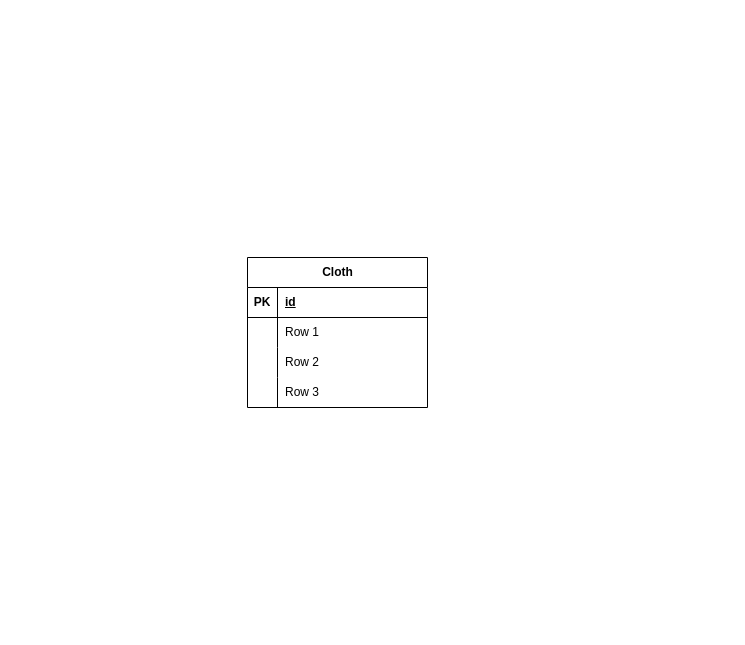
Before: sort.drawio in huangshijie/Drawio, a draw.io diagram. Source tidied: cells renumbered, new cells numbered last; positions are measured from the earlier drawing's top-left corner, leaving out a move shared by most shapes. Both pictures are drawn from the tidied source at 100%, with x=0, y=0 at pixel (247, 257).
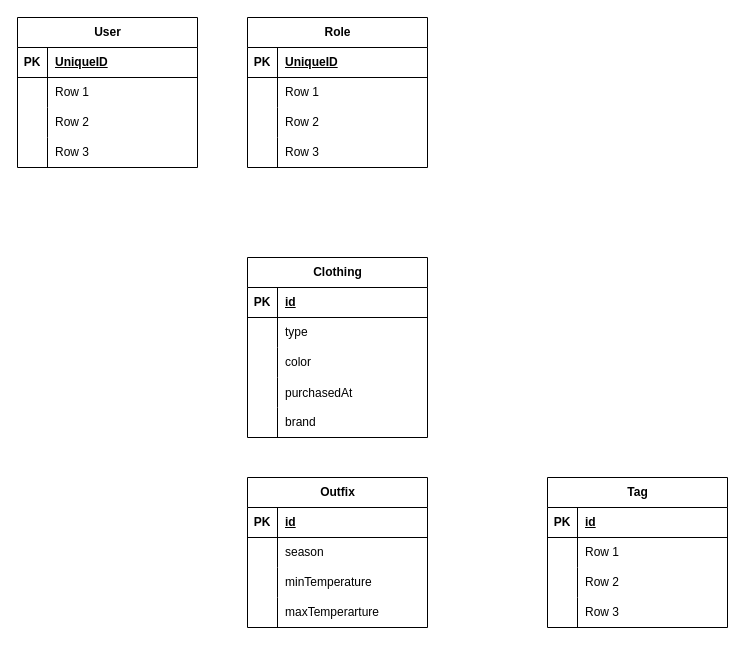
The same diagram, later.

The change refers to these unchanged cells:
```xml
<mxCell id="6" style="shape=tableRow;horizontal=0;startSize=0;swimlaneHead=0;swimlaneBody=0;fillColor=none;top=0;left=0;right=0;bottom=0;" parent="2" vertex="1">
  <mxGeometry y="60" width="180" height="30" as="geometry" />
</mxCell>
<mxCell id="9" style="shape=tableRow;horizontal=0;startSize=0;swimlaneHead=0;swimlaneBody=0;fillColor=none;top=0;left=0;right=0;bottom=0;" parent="2" vertex="1">
  <mxGeometry y="90" width="180" height="30" as="geometry" />
</mxCell>
```

Diff of the diagram source:
```diff
@@
-    <mxCell id="2" value="Cloth" style="shape=table;startSize=30;childLayout=tableLayout;rowLines=0;fontStyle=1;align=center;html=1;" parent="1" vertex="1">
-      <mxGeometry width="180" height="150" as="geometry" />
+    <mxCell id="2" value="Clothing" style="shape=table;startSize=30;childLayout=tableLayout;rowLines=0;fontStyle=1;align=center;html=1;" parent="1" vertex="1">
+      <mxGeometry width="180" height="180" as="geometry" />
     </mxCell>
@@
-    <mxCell id="8" value="Row 1" style="shape=partialRectangle;fillColor=none;top=0;left=0;bottom=0;right=0;align=left;spacingLeft=6;overflow=hidden;whiteSpace=wrap;html=1;" parent="6" vertex="1">
+    <mxCell id="8" value="type" style="shape=partialRectangle;fillColor=none;top=0;left=0;bottom=0;right=0;align=left;spacingLeft=6;overflow=hidden;whiteSpace=wrap;html=1;" parent="6" vertex="1">
       <mxGeometry x="30" width="150" height="30" as="geometry" />
     </mxCell>
@@
-    <mxCell id="11" value="Row 2" style="shape=partialRectangle;fillColor=none;top=0;left=0;bottom=0;right=0;align=left;spacingLeft=6;overflow=hidden;whiteSpace=wrap;html=1;" parent="9" vertex="1">
+    <mxCell id="11" value="color" style="shape=partialRectangle;fillColor=none;top=0;left=0;bottom=0;right=0;align=left;spacingLeft=6;overflow=hidden;whiteSpace=wrap;html=1;" parent="9" vertex="1">
       <mxGeometry x="30" width="150" height="30" as="geometry" />
     </mxCell>
+    <mxCell id="15" style="shape=tableRow;horizontal=0;startSize=0;swimlaneHead=0;swimlaneBody=0;fillColor=none;top=0;left=0;right=0;bottom=0;" parent="2" vertex="1">
+      <mxGeometry y="120" width="180" height="30" as="geometry" />
+    </mxCell>
+    <mxCell id="16" style="shape=partialRectangle;fillColor=none;top=0;left=0;bottom=0;right=0;overflow=hidden;" parent="15" vertex="1">
+      <mxGeometry width="30" height="30" as="geometry" />
+    </mxCell>
+    <mxCell id="17" value="purchasedAt" style="shape=partialRectangle;fillColor=none;top=0;left=0;bottom=0;right=0;align=left;spacingLeft=6;overflow=hidden;" parent="15" vertex="1">
+      <mxGeometry x="30" width="150" height="30" as="geometry" />
+    </mxCell>
     <mxCell id="12" style="shape=tableRow;horizontal=0;startSize=0;swimlaneHead=0;swimlaneBody=0;fillColor=none;top=0;left=0;right=0;bottom=0;" parent="2" vertex="1">
-      <mxGeometry y="120" width="180" height="30" as="geometry" />
+      <mxGeometry y="150" width="180" height="30" as="geometry" />
     </mxCell>
@@
-    <mxCell id="14" value="Row 3" style="shape=partialRectangle;fillColor=none;top=0;left=0;bottom=0;right=0;align=left;spacingLeft=6;overflow=hidden;whiteSpace=wrap;html=1;" parent="12" vertex="1">
+    <mxCell id="14" value="brand" style="shape=partialRectangle;fillColor=none;top=0;left=0;bottom=0;right=0;align=left;spacingLeft=6;overflow=hidden;whiteSpace=wrap;html=1;" parent="12" vertex="1">
       <mxGeometry x="30" width="150" height="30" as="geometry" />
     </mxCell>
+    <mxCell id="18" value="User" style="shape=table;startSize=30;childLayout=tableLayout;rowLines=0;fontStyle=1;align=center;html=1;" parent="1" vertex="1">
+      <mxGeometry x="-230" y="-240" width="180" height="150" as="geometry" />
+    </mxCell>
+    <mxCell id="19" style="shape=tableRow;horizontal=0;startSize=0;swimlaneHead=0;swimlaneBody=0;fillColor=none;top=0;left=0;right=0;bottom=1;" parent="18" vertex="1">
+      <mxGeometry y="30" width="180" height="30" as="geometry" />
+    </mxCell>
+    <mxCell id="20" value="PK" style="shape=partialRectangle;fillColor=none;top=0;left=0;bottom=0;right=0;fontStyle=1;overflow=hidden;whiteSpace=wrap;html=1;" parent="19" vertex="1">
+      <mxGeometry width="30" height="30" as="geometry" />
+    </mxCell>
+    <mxCell id="21" value="UniqueID" style="shape=partialRectangle;fillColor=none;top=0;left=0;bottom=0;right=0;align=left;spacingLeft=6;fontStyle=5;overflow=hidden;whiteSpace=wrap;html=1;" parent="19" vertex="1">
+      <mxGeometry x="30" width="150" height="30" as="geometry" />
+    </mxCell>
+    <mxCell id="22" style="shape=tableRow;horizontal=0;startSize=0;swimlaneHead=0;swimlaneBody=0;fillColor=none;top=0;left=0;right=0;bottom=0;" parent="18" vertex="1">
+      <mxGeometry y="60" width="180" height="30" as="geometry" />
+    </mxCell>
+    <mxCell id="23" style="shape=partialRectangle;fillColor=none;top=0;left=0;bottom=0;right=0;overflow=hidden;whiteSpace=wrap;html=1;" parent="22" vertex="1">
+      <mxGeometry width="30" height="30" as="geometry" />
+    </mxCell>
+    <mxCell id="24" value="Row 1" style="shape=partialRectangle;fillColor=none;top=0;left=0;bottom=0;right=0;align=left;spacingLeft=6;overflow=hidden;whiteSpace=wrap;html=1;" parent="22" vertex="1">
+      <mxGeometry x="30" width="150" height="30" as="geometry" />
+    </mxCell>
+    <mxCell id="25" style="shape=tableRow;horizontal=0;startSize=0;swimlaneHead=0;swimlaneBody=0;fillColor=none;top=0;left=0;right=0;bottom=0;" parent="18" vertex="1">
+      <mxGeometry y="90" width="180" height="30" as="geometry" />
+    </mxCell>
+    <mxCell id="26" style="shape=partialRectangle;fillColor=none;top=0;left=0;bottom=0;right=0;overflow=hidden;whiteSpace=wrap;html=1;" parent="25" vertex="1">
+      <mxGeometry width="30" height="30" as="geometry" />
+    </mxCell>
+    <mxCell id="27" value="Row 2" style="shape=partialRectangle;fillColor=none;top=0;left=0;bottom=0;right=0;align=left;spacingLeft=6;overflow=hidden;whiteSpace=wrap;html=1;" parent="25" vertex="1">
+      <mxGeometry x="30" width="150" height="30" as="geometry" />
+    </mxCell>
+    <mxCell id="28" style="shape=tableRow;horizontal=0;startSize=0;swimlaneHead=0;swimlaneBody=0;fillColor=none;top=0;left=0;right=0;bottom=0;" parent="18" vertex="1">
+      <mxGeometry y="120" width="180" height="30" as="geometry" />
+    </mxCell>
+    <mxCell id="29" style="shape=partialRectangle;fillColor=none;top=0;left=0;bottom=0;right=0;overflow=hidden;whiteSpace=wrap;html=1;" parent="28" vertex="1">
+      <mxGeometry width="30" height="30" as="geometry" />
+    </mxCell>
+    <mxCell id="30" value="Row 3" style="shape=partialRectangle;fillColor=none;top=0;left=0;bottom=0;right=0;align=left;spacingLeft=6;overflow=hidden;whiteSpace=wrap;html=1;" parent="28" vertex="1">
+      <mxGeometry x="30" width="150" height="30" as="geometry" />
+    </mxCell>
+    <mxCell id="31" value="Role" style="shape=table;startSize=30;childLayout=tableLayout;rowLines=0;fontStyle=1;align=center;html=1;" parent="1" vertex="1">
+      <mxGeometry y="-240" width="180" height="150" as="geometry" />
+    </mxCell>
+    <mxCell id="32" style="shape=tableRow;horizontal=0;startSize=0;swimlaneHead=0;swimlaneBody=0;fillColor=none;top=0;left=0;right=0;bottom=1;" parent="31" vertex="1">
+      <mxGeometry y="30" width="180" height="30" as="geometry" />
+    </mxCell>
+    <mxCell id="33" value="PK" style="shape=partialRectangle;fillColor=none;top=0;left=0;bottom=0;right=0;fontStyle=1;overflow=hidden;whiteSpace=wrap;html=1;" parent="32" vertex="1">
+      <mxGeometry width="30" height="30" as="geometry" />
+    </mxCell>
+    <mxCell id="34" value="UniqueID" style="shape=partialRectangle;fillColor=none;top=0;left=0;bottom=0;right=0;align=left;spacingLeft=6;fontStyle=5;overflow=hidden;whiteSpace=wrap;html=1;" parent="32" vertex="1">
+      <mxGeometry x="30" width="150" height="30" as="geometry" />
+    </mxCell>
+    <mxCell id="35" style="shape=tableRow;horizontal=0;startSize=0;swimlaneHead=0;swimlaneBody=0;fillColor=none;top=0;left=0;right=0;bottom=0;" parent="31" vertex="1">
+      <mxGeometry y="60" width="180" height="30" as="geometry" />
+    </mxCell>
+    <mxCell id="36" style="shape=partialRectangle;fillColor=none;top=0;left=0;bottom=0;right=0;overflow=hidden;whiteSpace=wrap;html=1;" parent="35" vertex="1">
+      <mxGeometry width="30" height="30" as="geometry" />
+    </mxCell>
+    <mxCell id="37" value="Row 1" style="shape=partialRectangle;fillColor=none;top=0;left=0;bottom=0;right=0;align=left;spacingLeft=6;overflow=hidden;whiteSpace=wrap;html=1;" parent="35" vertex="1">
+      <mxGeometry x="30" width="150" height="30" as="geometry" />
+    </mxCell>
+    <mxCell id="38" style="shape=tableRow;horizontal=0;startSize=0;swimlaneHead=0;swimlaneBody=0;fillColor=none;top=0;left=0;right=0;bottom=0;" parent="31" vertex="1">
+      <mxGeometry y="90" width="180" height="30" as="geometry" />
+    </mxCell>
+    <mxCell id="39" style="shape=partialRectangle;fillColor=none;top=0;left=0;bottom=0;right=0;overflow=hidden;whiteSpace=wrap;html=1;" parent="38" vertex="1">
+      <mxGeometry width="30" height="30" as="geometry" />
+    </mxCell>
+    <mxCell id="40" value="Row 2" style="shape=partialRectangle;fillColor=none;top=0;left=0;bottom=0;right=0;align=left;spacingLeft=6;overflow=hidden;whiteSpace=wrap;html=1;" parent="38" vertex="1">
+      <mxGeometry x="30" width="150" height="30" as="geometry" />
+    </mxCell>
+    <mxCell id="41" style="shape=tableRow;horizontal=0;startSize=0;swimlaneHead=0;swimlaneBody=0;fillColor=none;top=0;left=0;right=0;bottom=0;" parent="31" vertex="1">
+      <mxGeometry y="120" width="180" height="30" as="geometry" />
+    </mxCell>
+    <mxCell id="42" style="shape=partialRectangle;fillColor=none;top=0;left=0;bottom=0;right=0;overflow=hidden;whiteSpace=wrap;html=1;" parent="41" vertex="1">
+      <mxGeometry width="30" height="30" as="geometry" />
+    </mxCell>
+    <mxCell id="43" value="Row 3" style="shape=partialRectangle;fillColor=none;top=0;left=0;bottom=0;right=0;align=left;spacingLeft=6;overflow=hidden;whiteSpace=wrap;html=1;" parent="41" vertex="1">
+      <mxGeometry x="30" width="150" height="30" as="geometry" />
+    </mxCell>
+    <mxCell id="44" value="Outfix" style="shape=table;startSize=30;childLayout=tableLayout;rowLines=0;fontStyle=1;align=center;html=1;" parent="1" vertex="1">
+      <mxGeometry y="220" width="180" height="150" as="geometry" />
+    </mxCell>
+    <mxCell id="45" style="shape=tableRow;horizontal=0;startSize=0;swimlaneHead=0;swimlaneBody=0;fillColor=none;top=0;left=0;right=0;bottom=1;" parent="44" vertex="1">
+      <mxGeometry y="30" width="180" height="30" as="geometry" />
+    </mxCell>
+    <mxCell id="46" value="PK" style="shape=partialRectangle;fillColor=none;top=0;left=0;bottom=0;right=0;fontStyle=1;overflow=hidden;whiteSpace=wrap;html=1;" parent="45" vertex="1">
+      <mxGeometry width="30" height="30" as="geometry" />
+    </mxCell>
+    <mxCell id="47" value="id" style="shape=partialRectangle;fillColor=none;top=0;left=0;bottom=0;right=0;align=left;spacingLeft=6;fontStyle=5;overflow=hidden;whiteSpace=wrap;html=1;" parent="45" vertex="1">
+      <mxGeometry x="30" width="150" height="30" as="geometry" />
+    </mxCell>
+    <mxCell id="48" style="shape=tableRow;horizontal=0;startSize=0;swimlaneHead=0;swimlaneBody=0;fillColor=none;top=0;left=0;right=0;bottom=0;" parent="44" vertex="1">
+      <mxGeometry y="60" width="180" height="30" as="geometry" />
+    </mxCell>
+    <mxCell id="49" style="shape=partialRectangle;fillColor=none;top=0;left=0;bottom=0;right=0;overflow=hidden;whiteSpace=wrap;html=1;" parent="48" vertex="1">
+      <mxGeometry width="30" height="30" as="geometry" />
+    </mxCell>
+    <mxCell id="50" value="season" style="shape=partialRectangle;fillColor=none;top=0;left=0;bottom=0;right=0;align=left;spacingLeft=6;overflow=hidden;whiteSpace=wrap;html=1;" parent="48" vertex="1">
+      <mxGeometry x="30" width="150" height="30" as="geometry" />
+    </mxCell>
+    <mxCell id="51" style="shape=tableRow;horizontal=0;startSize=0;swimlaneHead=0;swimlaneBody=0;fillColor=none;top=0;left=0;right=0;bottom=0;" parent="44" vertex="1">
+      <mxGeometry y="90" width="180" height="30" as="geometry" />
+    </mxCell>
+    <mxCell id="52" style="shape=partialRectangle;fillColor=none;top=0;left=0;bottom=0;right=0;overflow=hidden;whiteSpace=wrap;html=1;" parent="51" vertex="1">
+      <mxGeometry width="30" height="30" as="geometry" />
+    </mxCell>
+    <mxCell id="53" value="minTemperature" style="shape=partialRectangle;fillColor=none;top=0;left=0;bottom=0;right=0;align=left;spacingLeft=6;overflow=hidden;whiteSpace=wrap;html=1;" parent="51" vertex="1">
+      <mxGeometry x="30" width="150" height="30" as="geometry" />
+    </mxCell>
+    <mxCell id="54" style="shape=tableRow;horizontal=0;startSize=0;swimlaneHead=0;swimlaneBody=0;fillColor=none;top=0;left=0;right=0;bottom=0;" parent="44" vertex="1">
+      <mxGeometry y="120" width="180" height="30" as="geometry" />
+    </mxCell>
+    <mxCell id="55" style="shape=partialRectangle;fillColor=none;top=0;left=0;bottom=0;right=0;overflow=hidden;whiteSpace=wrap;html=1;" parent="54" vertex="1">
+      <mxGeometry width="30" height="30" as="geometry" />
+    </mxCell>
+    <mxCell id="56" value="maxTemperarture" style="shape=partialRectangle;fillColor=none;top=0;left=0;bottom=0;right=0;align=left;spacingLeft=6;overflow=hidden;whiteSpace=wrap;html=1;" parent="54" vertex="1">
+      <mxGeometry x="30" width="150" height="30" as="geometry" />
+    </mxCell>
+    <mxCell id="57" value="Tag" style="shape=table;startSize=30;childLayout=tableLayout;rowLines=0;fontStyle=1;align=center;html=1;" parent="1" vertex="1">
+      <mxGeometry x="300" y="220" width="180" height="150" as="geometry" />
+    </mxCell>
+    <mxCell id="58" style="shape=tableRow;horizontal=0;startSize=0;swimlaneHead=0;swimlaneBody=0;fillColor=none;top=0;left=0;right=0;bottom=1;" parent="57" vertex="1">
+      <mxGeometry y="30" width="180" height="30" as="geometry" />
+    </mxCell>
+    <mxCell id="59" value="PK" style="shape=partialRectangle;fillColor=none;top=0;left=0;bottom=0;right=0;fontStyle=1;overflow=hidden;whiteSpace=wrap;html=1;" parent="58" vertex="1">
+      <mxGeometry width="30" height="30" as="geometry" />
+    </mxCell>
+    <mxCell id="60" value="id" style="shape=partialRectangle;fillColor=none;top=0;left=0;bottom=0;right=0;align=left;spacingLeft=6;fontStyle=5;overflow=hidden;whiteSpace=wrap;html=1;" parent="58" vertex="1">
+      <mxGeometry x="30" width="150" height="30" as="geometry" />
+    </mxCell>
+    <mxCell id="61" style="shape=tableRow;horizontal=0;startSize=0;swimlaneHead=0;swimlaneBody=0;fillColor=none;top=0;left=0;right=0;bottom=0;" parent="57" vertex="1">
+      <mxGeometry y="60" width="180" height="30" as="geometry" />
+    </mxCell>
+    <mxCell id="62" style="shape=partialRectangle;fillColor=none;top=0;left=0;bottom=0;right=0;overflow=hidden;whiteSpace=wrap;html=1;" parent="61" vertex="1">
+      <mxGeometry width="30" height="30" as="geometry" />
+    </mxCell>
+    <mxCell id="63" value="Row 1" style="shape=partialRectangle;fillColor=none;top=0;left=0;bottom=0;right=0;align=left;spacingLeft=6;overflow=hidden;whiteSpace=wrap;html=1;" parent="61" vertex="1">
+      <mxGeometry x="30" width="150" height="30" as="geometry" />
+    </mxCell>
+    <mxCell id="64" style="shape=tableRow;horizontal=0;startSize=0;swimlaneHead=0;swimlaneBody=0;fillColor=none;top=0;left=0;right=0;bottom=0;" parent="57" vertex="1">
+      <mxGeometry y="90" width="180" height="30" as="geometry" />
+    </mxCell>
+    <mxCell id="65" style="shape=partialRectangle;fillColor=none;top=0;left=0;bottom=0;right=0;overflow=hidden;whiteSpace=wrap;html=1;" parent="64" vertex="1">
+      <mxGeometry width="30" height="30" as="geometry" />
+    </mxCell>
+    <mxCell id="66" value="Row 2" style="shape=partialRectangle;fillColor=none;top=0;left=0;bottom=0;right=0;align=left;spacingLeft=6;overflow=hidden;whiteSpace=wrap;html=1;" parent="64" vertex="1">
+      <mxGeometry x="30" width="150" height="30" as="geometry" />
+    </mxCell>
+    <mxCell id="67" style="shape=tableRow;horizontal=0;startSize=0;swimlaneHead=0;swimlaneBody=0;fillColor=none;top=0;left=0;right=0;bottom=0;" parent="57" vertex="1">
+      <mxGeometry y="120" width="180" height="30" as="geometry" />
+    </mxCell>
+    <mxCell id="68" style="shape=partialRectangle;fillColor=none;top=0;left=0;bottom=0;right=0;overflow=hidden;whiteSpace=wrap;html=1;" parent="67" vertex="1">
+      <mxGeometry width="30" height="30" as="geometry" />
+    </mxCell>
+    <mxCell id="69" value="Row 3" style="shape=partialRectangle;fillColor=none;top=0;left=0;bottom=0;right=0;align=left;spacingLeft=6;overflow=hidden;whiteSpace=wrap;html=1;" parent="67" vertex="1">
+      <mxGeometry x="30" width="150" height="30" as="geometry" />
+    </mxCell>
```
